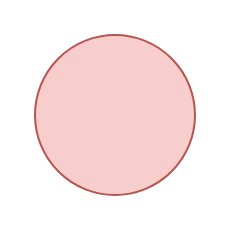
Before: content-repo-construct.drawio in skindhu/9GAG, a draw.io diagram. Source tidied: cells renumbered, new cells numbered last; positions are measured from the earlier drawing's top-left corner, leaving out a move shared by most shapes. Both pictures are drawn from the tidied source at 200%, with x=0, y=0 at pixel (34, 34).
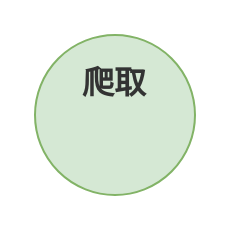
After the change.

What changed in the source:
```diff
@@
 <mxGraphModel>
   <root>
     <mxCell id="0" />
     <mxCell id="1" parent="0" />
-    <mxCell id="2" style="ellipse;whiteSpace=wrap;html=1;hachureGap=4;fontFamily=Architects Daughter;fillColor=#f8cecc;strokeColor=#b85450;" parent="1" vertex="1">
+    <mxCell id="2" style="ellipse;whiteSpace=wrap;html=1;hachureGap=4;fontFamily=Architects Daughter;fillColor=#d5e8d4;strokeColor=#82b366;" parent="1" vertex="1">
       <mxGeometry width="80" height="80" as="geometry" />
     </mxCell>
+    <mxCell id="3" value="&lt;font style=&quot;color: rgb(51, 51, 51);&quot;&gt;爬取&lt;/font&gt;" style="text;html=1;align=center;verticalAlign=middle;whiteSpace=wrap;rounded=0;fontFamily=Architects Daughter;fontSize=16;fontStyle=1;fontColor=#000099;" parent="1" vertex="1">
+      <mxGeometry x="10" y="10" width="60" height="30" as="geometry" />
+    </mxCell>
   </root>
 </mxGraphModel>
```
